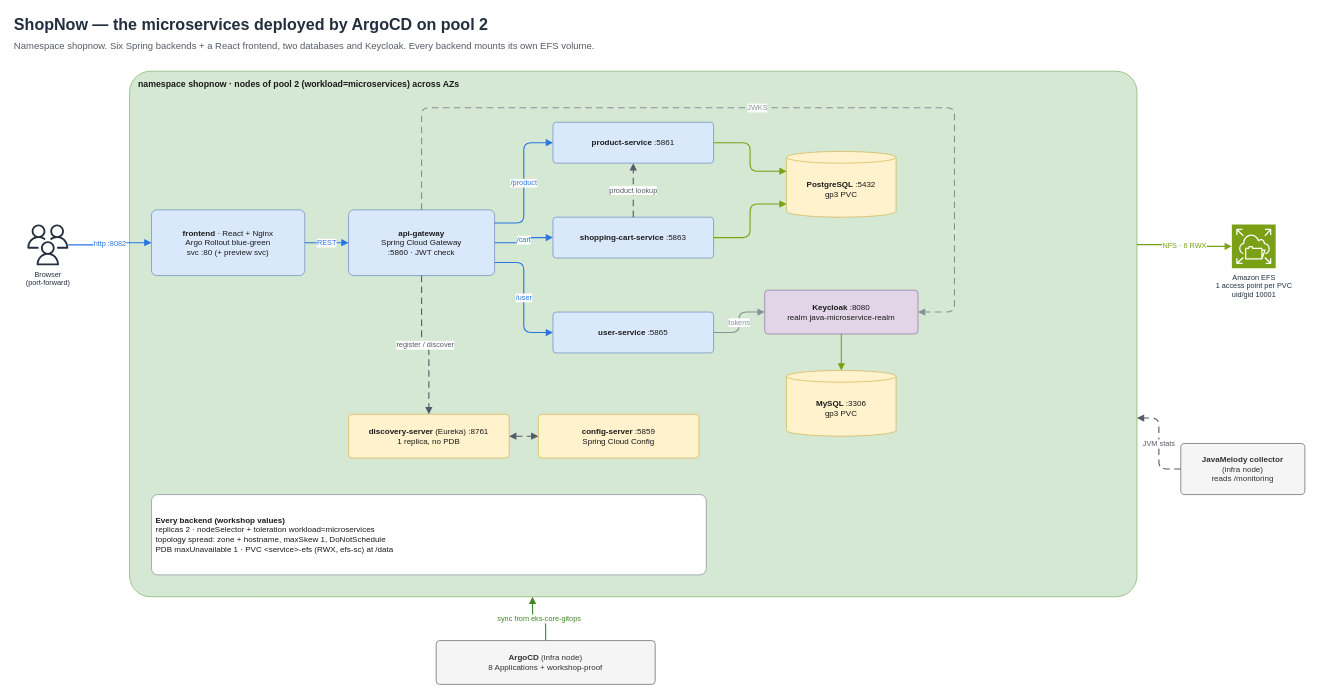
This is page "7. Microservices application" (7 of 9) of diagrams/eks-core-architecture.drawio from tranvix0910/eks-core-docs, a draw.io file, before an edit. Source tidied: cells renumbered, new cells numbered last; positions are measured from the earlier drawing's top-left corner, leaving out a move shared by most shapes. Both pictures are drawn from the tidied source at 73%, with x=0, y=0 at pixel (12, 12).
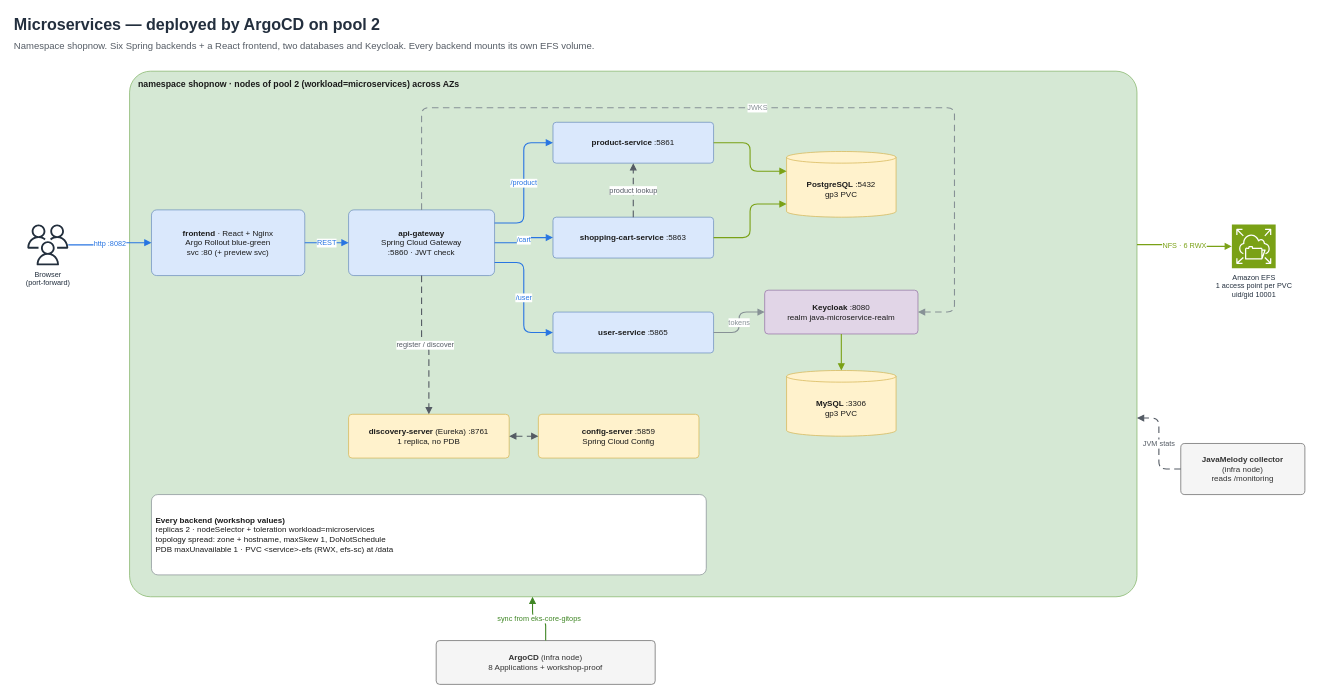
Above is the later version.

Change to the diagram source:
```diff
@@
-    <mxCell id="2" value="ShopNow — the microservices deployed by ArgoCD on pool 2" style="text;html=1;whiteSpace=wrap;align=left;verticalAlign=middle;fontSize=22;fontStyle=1;fontColor=#232F3E;" parent="1" vertex="1">
+    <mxCell id="2" value="Microservices — deployed by ArgoCD on pool 2" style="text;html=1;whiteSpace=wrap;align=left;verticalAlign=middle;fontSize=22;fontStyle=1;fontColor=#232F3E;" parent="1" vertex="1">
       <mxGeometry width="1760" height="34" as="geometry" />
     </mxCell>
```
